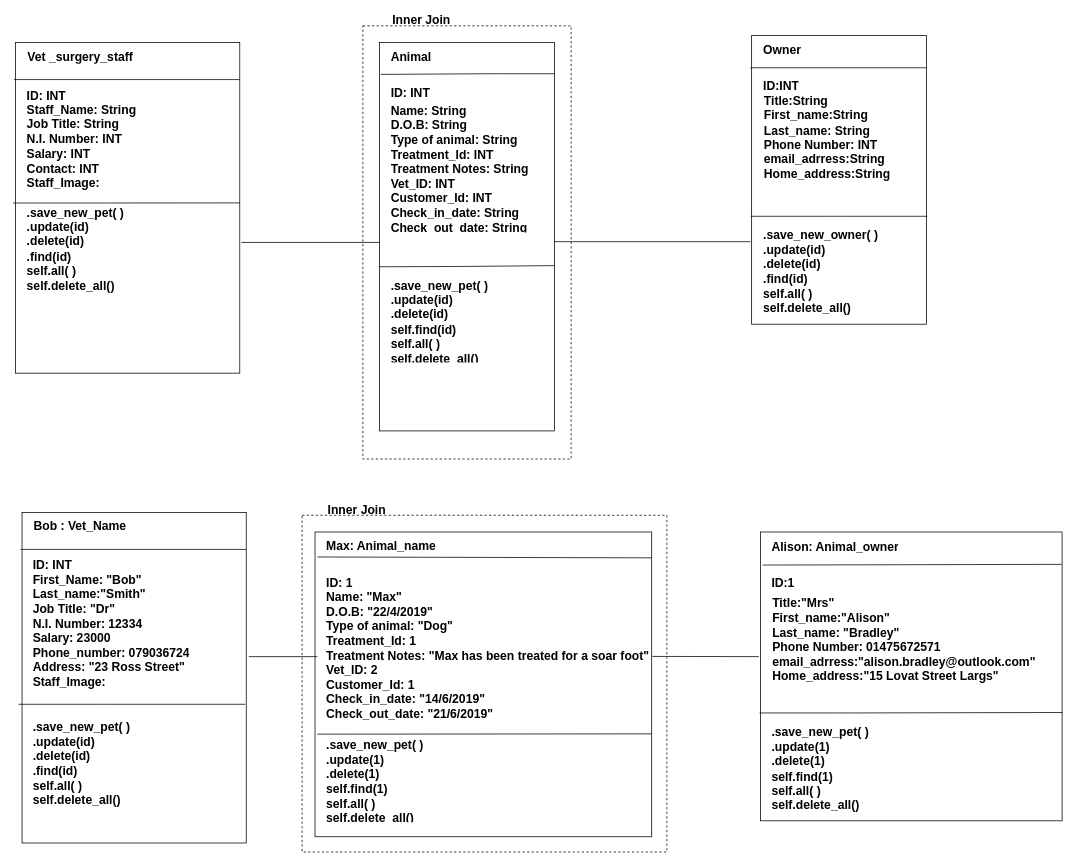
Before: Object_Diagram.drawio in brad90/Week4_Project_Vet_Surgery, a draw.io diagram. Source tidied: cells renumbered, new cells numbered last; positions are measured from the earlier drawing's top-left corner, leaving out a move shared by most shapes. Both pictures are drawn from the tidied source at 76%, with x=0, y=0 at pixel (13, 21).
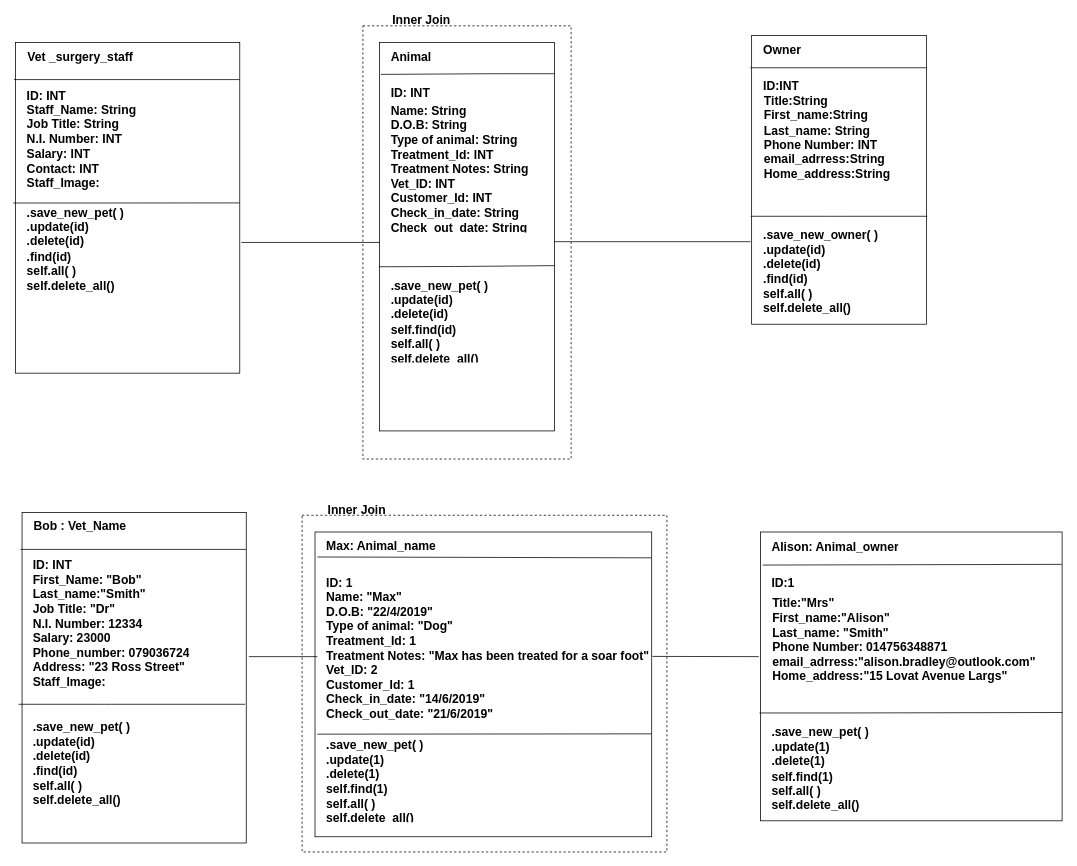
The same diagram, later.

What changed in the source:
```diff
@@
-    <mxCell id="44" value="&lt;font size=&quot;3&quot;&gt;&lt;b&gt;&lt;br&gt;Title:&quot;Mrs&quot;&lt;br&gt;First_name:&quot;Alison&quot;&lt;br&gt;Last_name: &quot;Bradley&quot;&lt;br&gt;Phone Number: 01475672571&lt;br&gt;email_adrress:&quot;alison.bradley@outlook.com&quot;&lt;br&gt;Home_address:&quot;15 Lovat Street Largs&quot;&lt;br&gt;&lt;/b&gt;&lt;/font&gt;" style="text;html=1;strokeColor=none;fillColor=none;spacing=5;spacingTop=-20;whiteSpace=wrap;overflow=hidden;rounded=0;fontSize=12;" parent="1" vertex="1">
+    <mxCell id="44" value="&lt;font size=&quot;3&quot;&gt;&lt;b&gt;&lt;br&gt;Title:&quot;Mrs&quot;&lt;br&gt;First_name:&quot;Alison&quot;&lt;br&gt;Last_name: &quot;Smith&quot;&lt;br&gt;Phone Number: 014756348871&lt;br&gt;email_adrress:&quot;alison.bradley@outlook.com&quot;&lt;br&gt;Home_address:&quot;15 Lovat Avenue Largs&quot;&lt;br&gt;&lt;/b&gt;&lt;/font&gt;" style="text;html=1;strokeColor=none;fillColor=none;spacing=5;spacingTop=-20;whiteSpace=wrap;overflow=hidden;rounded=0;fontSize=12;" parent="1" vertex="1">
       <mxGeometry x="994" y="747.5" width="376" height="156" as="geometry" />
     </mxCell>
```
